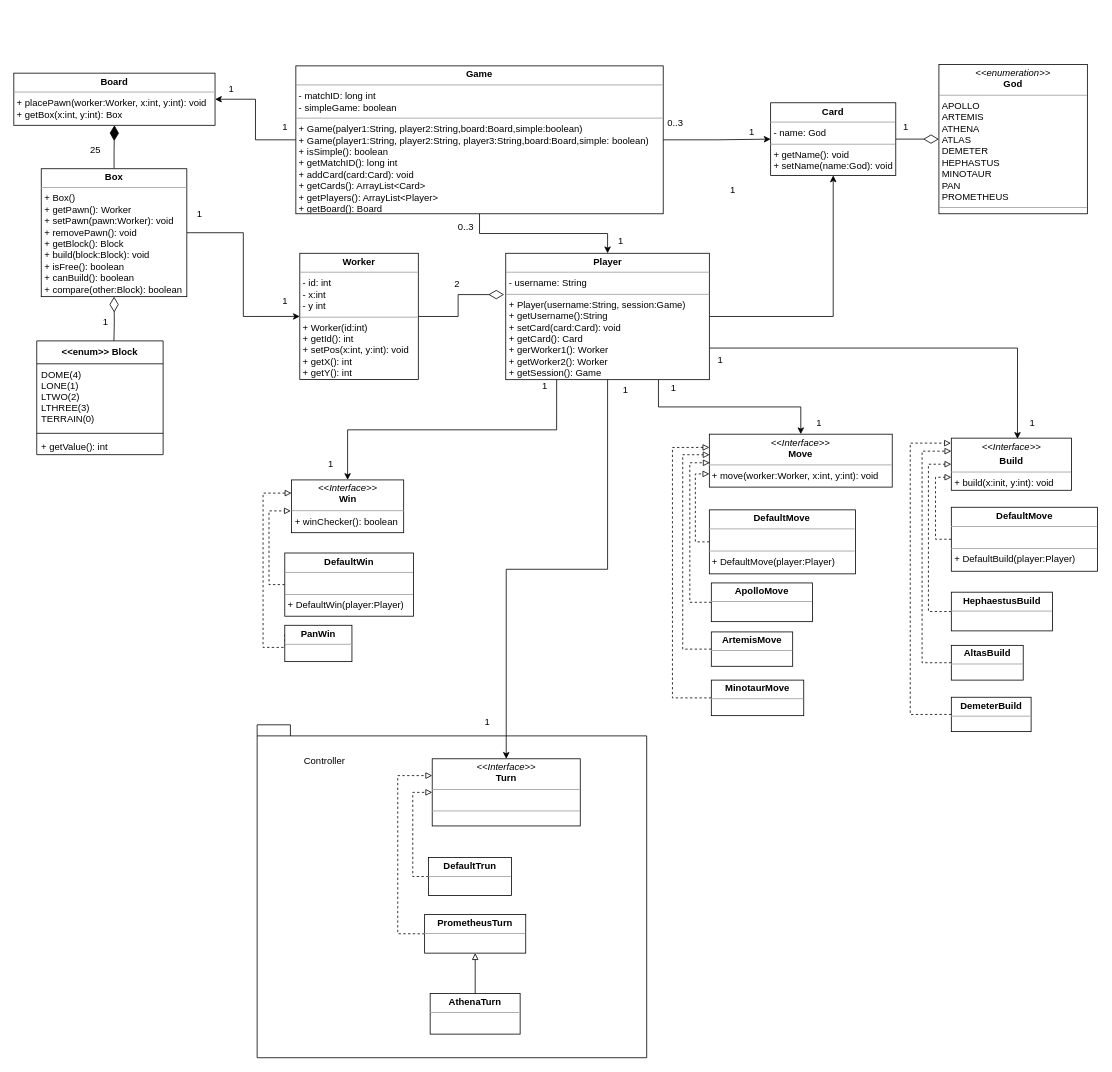
This is UML/Model.drawio from peppetort/POLIMI_SE_19-20_santorini, a draw.io file, before an edit. Source tidied: cells renumbered, new cells numbered last; positions are measured from the earlier drawing's top-left corner, leaving out a move shared by most shapes. Both pictures are drawn from the tidied source at 79%, with x=0, y=0 at pixel (13, 64).
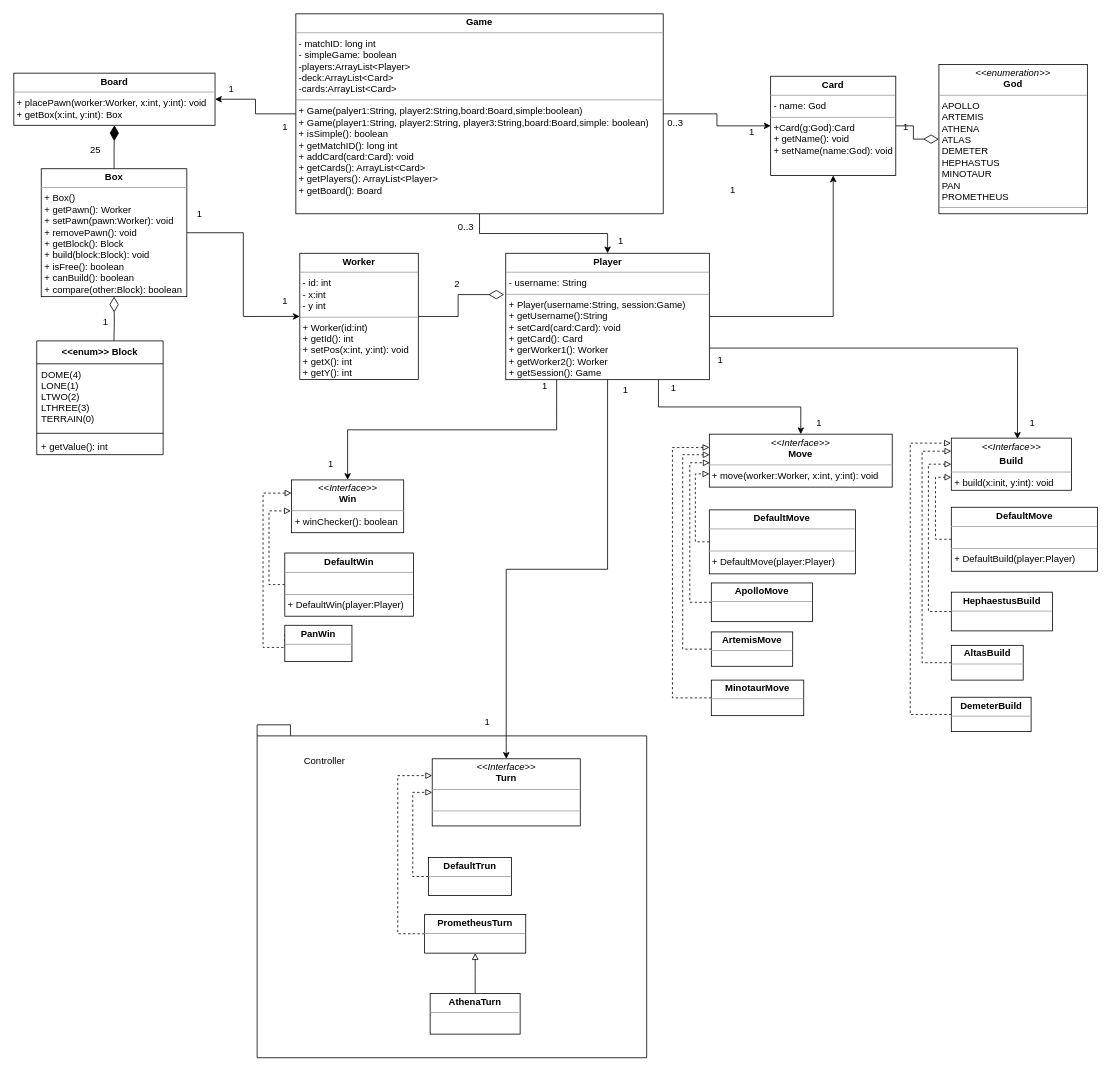
The same page after the edit.

Commit message (it also covers changes not shown here):
aggiunto scheletro Controller (parte dei turni) e modificato strutture dati del Game

The edit, as a diff of the source:
```diff
@@
-    <mxCell id="8" value="&lt;p style=&quot;margin: 0px ; margin-top: 4px ; text-align: center&quot;&gt;&lt;b&gt;Card&lt;/b&gt;&lt;/p&gt;&lt;hr size=&quot;1&quot;&gt;&lt;p style=&quot;margin: 0px ; margin-left: 4px&quot;&gt;- name: God&lt;br&gt;&lt;/p&gt;&lt;hr size=&quot;1&quot;&gt;&lt;p style=&quot;margin: 0px ; margin-left: 4px&quot;&gt;+ getName(): void&amp;nbsp;&lt;/p&gt;&lt;p style=&quot;margin: 0px ; margin-left: 4px&quot;&gt;+ setName(name:God): void&lt;/p&gt;" style="verticalAlign=top;align=left;overflow=fill;fontSize=12;fontFamily=Helvetica;html=1;" parent="1" vertex="1">
-      <mxGeometry x="958" y="48.6" width="158.4" height="92" as="geometry" />
+    <mxCell id="8" value="&lt;p style=&quot;margin: 0px ; margin-top: 4px ; text-align: center&quot;&gt;&lt;b&gt;Card&lt;/b&gt;&lt;/p&gt;&lt;hr size=&quot;1&quot;&gt;&lt;p style=&quot;margin: 0px ; margin-left: 4px&quot;&gt;- name: God&lt;br&gt;&lt;/p&gt;&lt;hr size=&quot;1&quot;&gt;&lt;p style=&quot;margin: 0px ; margin-left: 4px&quot;&gt;+Card(g:God):Card&lt;/p&gt;&lt;p style=&quot;margin: 0px ; margin-left: 4px&quot;&gt;+ getName(): void&amp;nbsp;&lt;/p&gt;&lt;p style=&quot;margin: 0px ; margin-left: 4px&quot;&gt;+ setName(name:God): void&lt;/p&gt;" style="verticalAlign=top;align=left;overflow=fill;fontSize=12;fontFamily=Helvetica;html=1;" parent="1" vertex="1">
+      <mxGeometry x="958" y="15" width="158.4" height="125.6" as="geometry" />
     </mxCell>
@@
-    <mxCell id="33" value="&lt;p style=&quot;margin: 0px ; margin-top: 4px ; text-align: center&quot;&gt;&lt;b&gt;Game&lt;/b&gt;&lt;/p&gt;&lt;hr size=&quot;1&quot;&gt;&lt;p style=&quot;margin: 0px ; margin-left: 4px&quot;&gt;- matchID: long int&lt;br&gt;&lt;/p&gt;&lt;p style=&quot;margin: 0px ; margin-left: 4px&quot;&gt;- simpleGame: boolean&lt;/p&gt;&lt;hr size=&quot;1&quot;&gt;&lt;p style=&quot;margin: 0px ; margin-left: 4px&quot;&gt;&lt;span&gt;+ Game(palyer1:String, player2:String,board:Board,simple:boolean)&lt;/span&gt;&lt;br&gt;&lt;/p&gt;&lt;p style=&quot;margin: 0px ; margin-left: 4px&quot;&gt;&lt;span&gt;+ Game(player1:String, player2:String, player3:String,board:Board,simple: boolean)&lt;/span&gt;&lt;/p&gt;&lt;p style=&quot;margin: 0px ; margin-left: 4px&quot;&gt;&lt;span&gt;+ isSimple(): boolean&lt;/span&gt;&lt;/p&gt;&lt;p style=&quot;margin: 0px ; margin-left: 4px&quot;&gt;+ getMatchID(): long int&lt;span&gt;&lt;br&gt;&lt;/span&gt;&lt;/p&gt;&lt;p style=&quot;margin: 0px ; margin-left: 4px&quot;&gt;+ addCard(card:Card): void&lt;/p&gt;&lt;p style=&quot;margin: 0px ; margin-left: 4px&quot;&gt;+ getCards(): ArrayList&amp;lt;Card&amp;gt;&lt;/p&gt;&lt;p style=&quot;margin: 0px ; margin-left: 4px&quot;&gt;+ getPlayers(): ArrayList&amp;lt;Player&amp;gt;&lt;/p&gt;&lt;p style=&quot;margin: 0px ; margin-left: 4px&quot;&gt;+ getBoard(): Board&lt;/p&gt;" style="verticalAlign=top;align=left;overflow=fill;fontSize=12;fontFamily=Helvetica;html=1;" parent="1" vertex="1">
-      <mxGeometry x="357" y="1.9" width="465" height="187.2" as="geometry" />
+    <mxCell id="33" value="&lt;p style=&quot;margin: 0px ; margin-top: 4px ; text-align: center&quot;&gt;&lt;b&gt;Game&lt;/b&gt;&lt;/p&gt;&lt;hr size=&quot;1&quot;&gt;&lt;p style=&quot;margin: 0px ; margin-left: 4px&quot;&gt;- matchID: long int&lt;br&gt;&lt;/p&gt;&lt;p style=&quot;margin: 0px ; margin-left: 4px&quot;&gt;- simpleGame: boolean&lt;/p&gt;&lt;p style=&quot;margin: 0px ; margin-left: 4px&quot;&gt;-players:ArrayList&amp;lt;Player&amp;gt;&lt;/p&gt;&lt;p style=&quot;margin: 0px ; margin-left: 4px&quot;&gt;-deck:ArrayList&amp;lt;Card&amp;gt;&lt;/p&gt;&lt;p style=&quot;margin: 0px ; margin-left: 4px&quot;&gt;-cards:ArrayList&amp;lt;Card&amp;gt;&lt;/p&gt;&lt;hr size=&quot;1&quot;&gt;&lt;p style=&quot;margin: 0px ; margin-left: 4px&quot;&gt;&lt;span&gt;+ Game(palyer1:String, player2:String,board:Board,simple:boolean)&lt;/span&gt;&lt;br&gt;&lt;/p&gt;&lt;p style=&quot;margin: 0px ; margin-left: 4px&quot;&gt;&lt;span&gt;+ Game(player1:String, player2:String, player3:String,board:Board,simple: boolean)&lt;/span&gt;&lt;/p&gt;&lt;p style=&quot;margin: 0px ; margin-left: 4px&quot;&gt;&lt;span&gt;+ isSimple(): boolean&lt;/span&gt;&lt;/p&gt;&lt;p style=&quot;margin: 0px ; margin-left: 4px&quot;&gt;+ getMatchID(): long int&lt;span&gt;&lt;br&gt;&lt;/span&gt;&lt;/p&gt;&lt;p style=&quot;margin: 0px ; margin-left: 4px&quot;&gt;+ addCard(card:Card): void&lt;/p&gt;&lt;p style=&quot;margin: 0px ; margin-left: 4px&quot;&gt;+ getCards(): ArrayList&amp;lt;Card&amp;gt;&lt;/p&gt;&lt;p style=&quot;margin: 0px ; margin-left: 4px&quot;&gt;+ getPlayers(): ArrayList&amp;lt;Player&amp;gt;&lt;/p&gt;&lt;p style=&quot;margin: 0px ; margin-left: 4px&quot;&gt;+ getBoard(): Board&lt;/p&gt;" style="verticalAlign=top;align=left;overflow=fill;fontSize=12;fontFamily=Helvetica;html=1;" parent="1" vertex="1">
+      <mxGeometry x="357" y="-64" width="465" height="253.1" as="geometry" />
     </mxCell>
```
